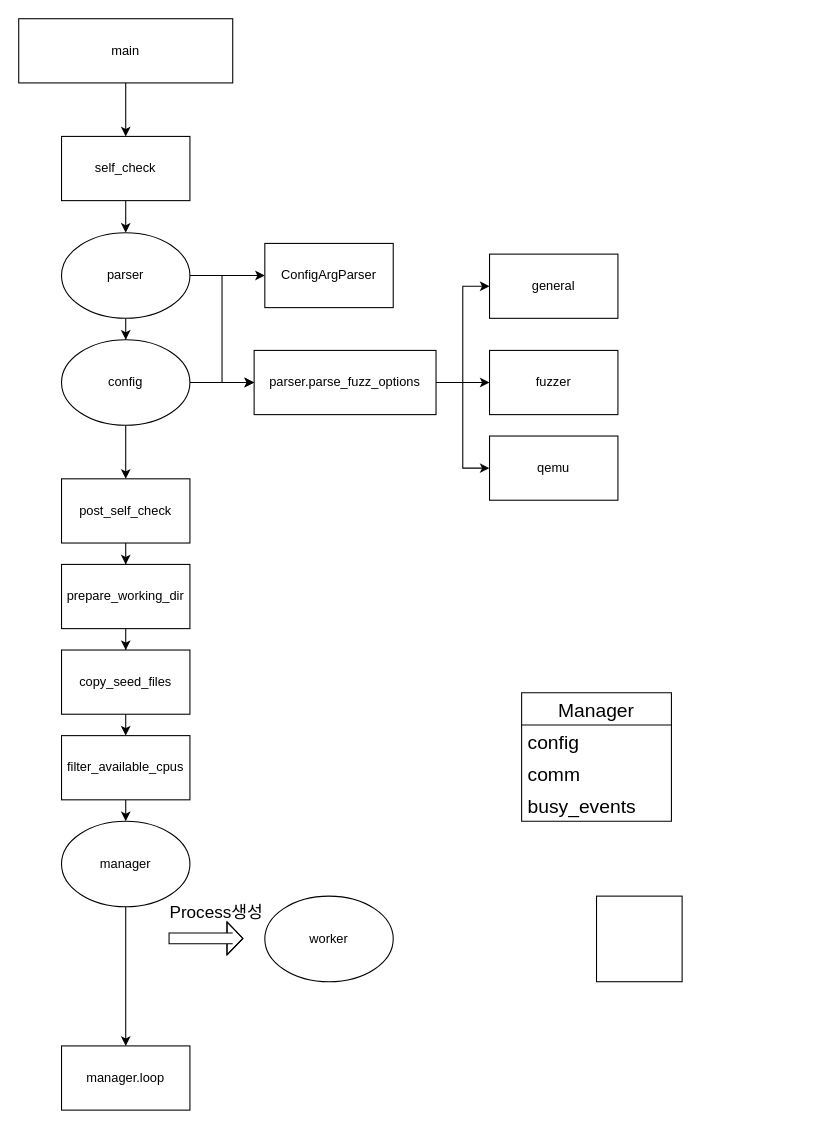
FuzzerTV/Drawio keeps this draw.io diagram as kAFL분석.drawio. Above is the earlier version. Source tidied: cells renumbered, new cells numbered last; positions are measured from the earlier drawing's top-left corner, leaving out a move shared by most shapes. Both pictures are drawn from the tidied source at 107%, with x=0, y=0 at pixel (18, 18).
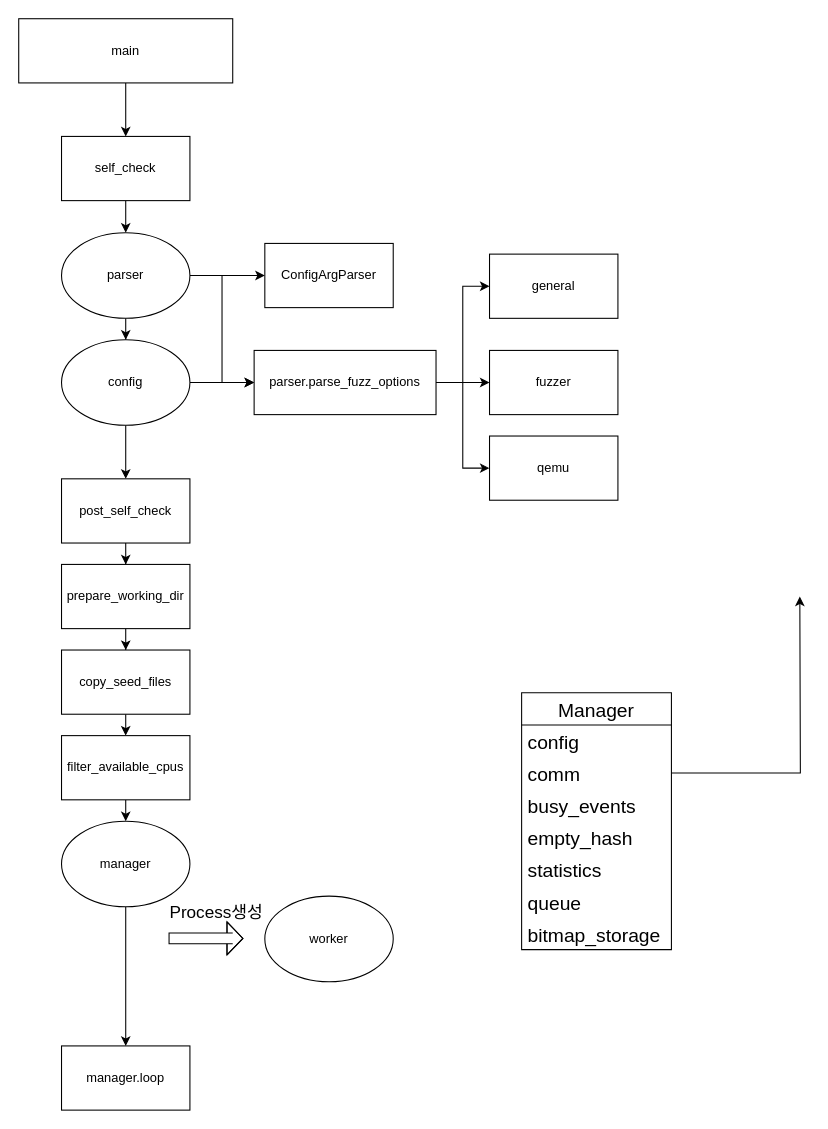
The same diagram, later.

Commit message:
Manager객체 분석 드가야함

The change refers to these unchanged cells:
```xml
<mxCell id="38" value="comm" style="text;strokeColor=none;fillColor=none;align=left;verticalAlign=middle;spacingLeft=4;spacingRight=4;overflow=hidden;points=[[0,0.5],[1,0.5]];portConstraint=eastwest;fontSize=18;" parent="36" vertex="1">
  <mxGeometry y="60" width="140" height="30" as="geometry" />
</mxCell>
```

Diff of the diagram source:
```diff
@@
-    <mxCell id="35" style="whiteSpace=wrap;html=1;fontSize=18;" parent="1" vertex="1">
-      <mxGeometry x="540" y="820" width="80" height="80" as="geometry" />
-    </mxCell>
-    <mxCell id="36" value="Manager" style="swimlane;fontStyle=0;horizontal=1;startSize=30;fontSize=18;" parent="1" vertex="1">
-      <mxGeometry x="470" y="630" width="140" height="120" as="geometry" />
+    <mxCell id="36" value="Manager" style="swimlane;fontStyle=0;horizontal=1;startSize=30;fontSize=18;noLabel=0;arcSize=15;" parent="1" vertex="1">
+      <mxGeometry x="470" y="630" width="140" height="240" as="geometry" />
     </mxCell>
@@
+    <mxCell id="40" value="empty_hash" style="text;strokeColor=none;fillColor=none;align=left;verticalAlign=middle;spacingLeft=4;spacingRight=4;overflow=hidden;fontSize=18;" parent="36" vertex="1">
+      <mxGeometry y="120" width="140" height="30" as="geometry" />
+    </mxCell>
+    <mxCell id="41" value="statistics" style="text;strokeColor=none;fillColor=none;align=left;verticalAlign=middle;spacingLeft=4;spacingRight=4;overflow=hidden;fontSize=18;" parent="36" vertex="1">
+      <mxGeometry y="150" width="140" height="30" as="geometry" />
+    </mxCell>
+    <mxCell id="42" value="queue" style="text;strokeColor=none;fillColor=none;align=left;verticalAlign=middle;spacingLeft=4;spacingRight=4;overflow=hidden;fontSize=18;" parent="36" vertex="1">
+      <mxGeometry y="180" width="140" height="30" as="geometry" />
+    </mxCell>
+    <mxCell id="35" value="bitmap_storage" style="text;strokeColor=none;fillColor=none;align=left;verticalAlign=middle;spacingLeft=4;spacingRight=4;overflow=hidden;fontSize=18;" parent="36" vertex="1">
+      <mxGeometry y="210" width="140" height="30" as="geometry" />
+    </mxCell>
+    <mxCell id="43" style="edgeStyle=orthogonalEdgeStyle;rounded=0;jettySize=auto;html=1;exitX=1;exitY=0.5;exitDx=0;exitDy=0;fontSize=18;startSize=30;" parent="1" edge="1" source="38">
+      <mxGeometry relative="1" as="geometry">
+        <mxPoint x="730" y="540" as="targetPoint" />
+      </mxGeometry>
+    </mxCell>
```
